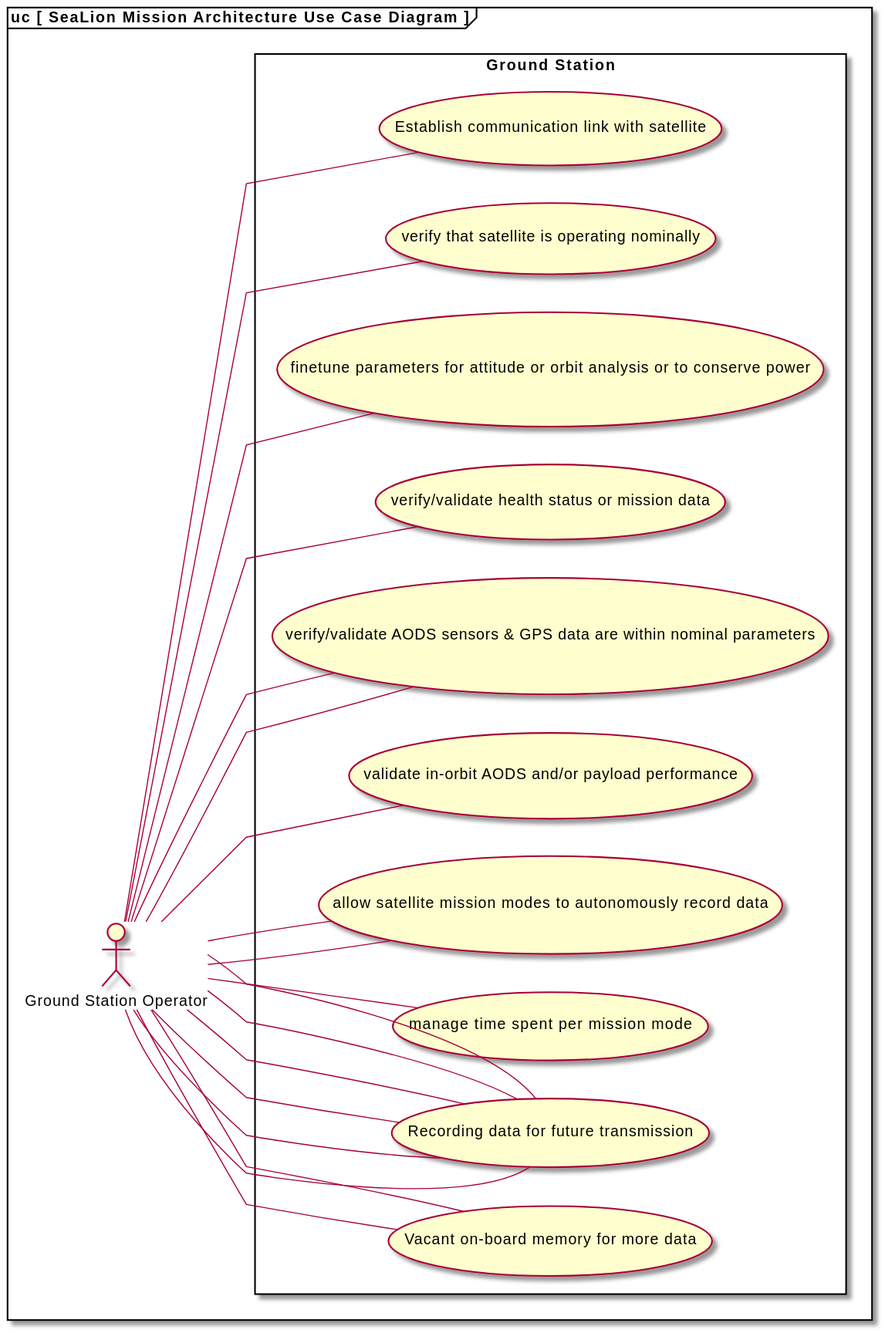
capsulecorplab/flight-software keeps this PlantUML diagram as use-case-diagram.svg. Above is the earlier version. Its source is kept beside it as use-case-diagram.puml.
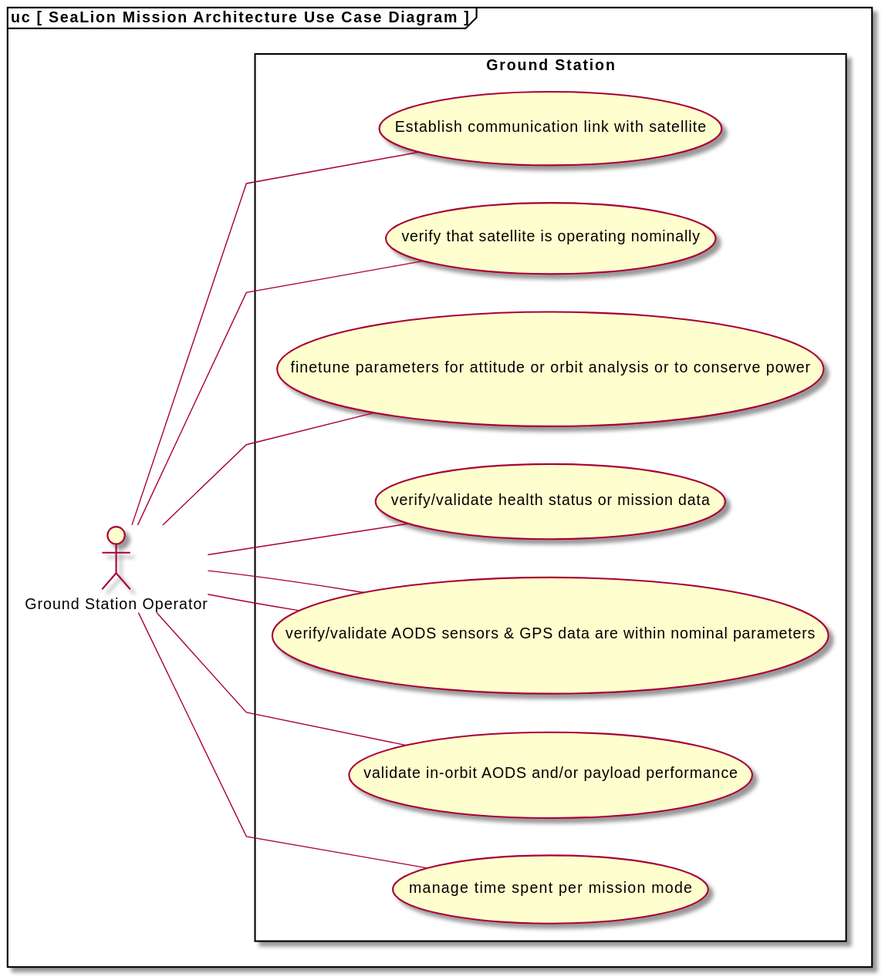
Above is the later version.

Diff of the diagram source:
```diff
@@ -22,27 +22,7 @@
 
         (validate in-orbit AODS and/or payload performance)
 
-        (allow satellite mission modes to autonomously record data)
-
         (manage time spent per mission mode)
-
-        (allow satellite mission modes to autonomously record data)
-
-        (Recording data for future transmission)
-
-        (Recording data for future transmission)
-
-        (Vacant on-board memory for more data)
-
-        (Recording data for future transmission)
-
-        (Recording data for future transmission)
-
-        (Recording data for future transmission)
-
-        (Recording data for future transmission)
-
-        (Vacant on-board memory for more data)
 
 
     }
@@ -62,27 +42,7 @@
 
     :Ground Station Operator: -- (validate in-orbit AODS and/or payload performance)
 
-    :Ground Station Operator: -- (allow satellite mission modes to autonomously record data)
-
     :Ground Station Operator: -- (manage time spent per mission mode)
-
-    :Ground Station Operator: -- (allow satellite mission modes to autonomously record data)
-
-    :Ground Station Operator: -- (Recording data for future transmission)
-
-    :Ground Station Operator: -- (Recording data for future transmission)
-
-    :Ground Station Operator: -- (Vacant on-board memory for more data)
-
-    :Ground Station Operator: -- (Recording data for future transmission)
-
-    :Ground Station Operator: -- (Recording data for future transmission)
-
-    :Ground Station Operator: -- (Recording data for future transmission)
-
-    :Ground Station Operator: -- (Recording data for future transmission)
-
-    :Ground Station Operator: -- (Vacant on-board memory for more data)
 
 
 }
```
